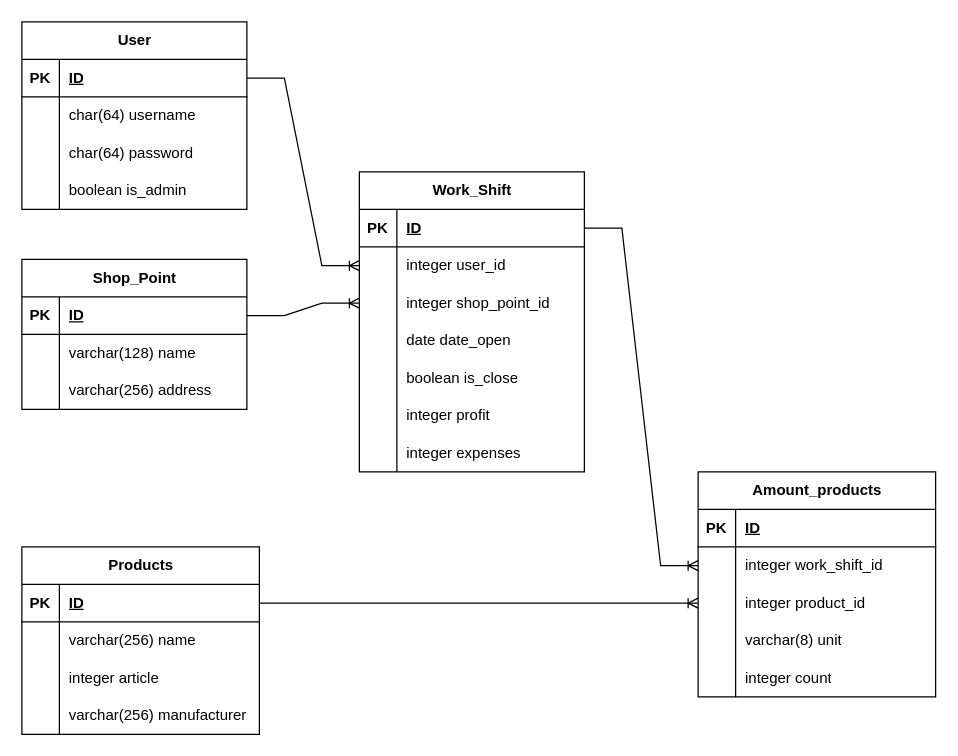
OhlupinMaxim/otus-postgres-dba keeps this draw.io diagram as docs/OTUS_DB_HW_1.drawio. Above is the earlier version. Source tidied: cells renumbered, new cells numbered last; positions are measured from the earlier drawing's top-left corner, leaving out a move shared by most shapes. Both pictures are drawn from the tidied source at 125%, with x=0, y=0 at pixel (21, 21).
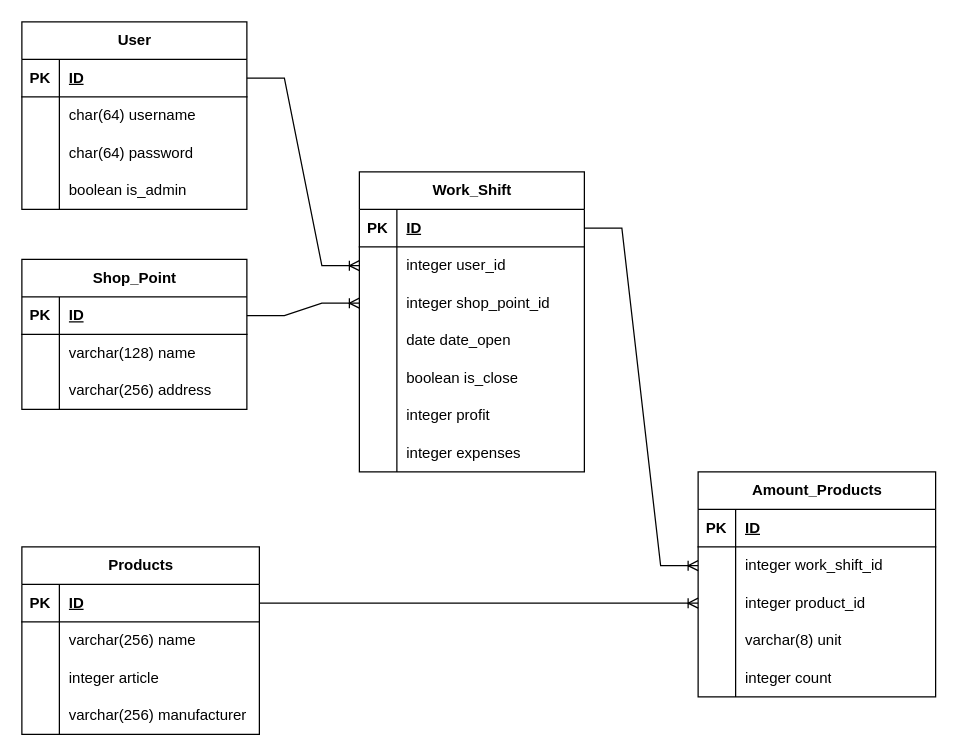
The same diagram, later.

What changed in the source:
```diff
@@
-    <mxCell id="38" value="Amount_products" style="shape=table;startSize=30;childLayout=tableLayout;rowLines=0;fontStyle=1;align=center;html=1;" parent="1" vertex="1">
+    <mxCell id="38" value="Amount_Products" style="shape=table;startSize=30;childLayout=tableLayout;rowLines=0;fontStyle=1;align=center;html=1;" parent="1" vertex="1">
       <mxGeometry x="541" y="360" width="190" height="180" as="geometry" />
     </mxCell>
```
